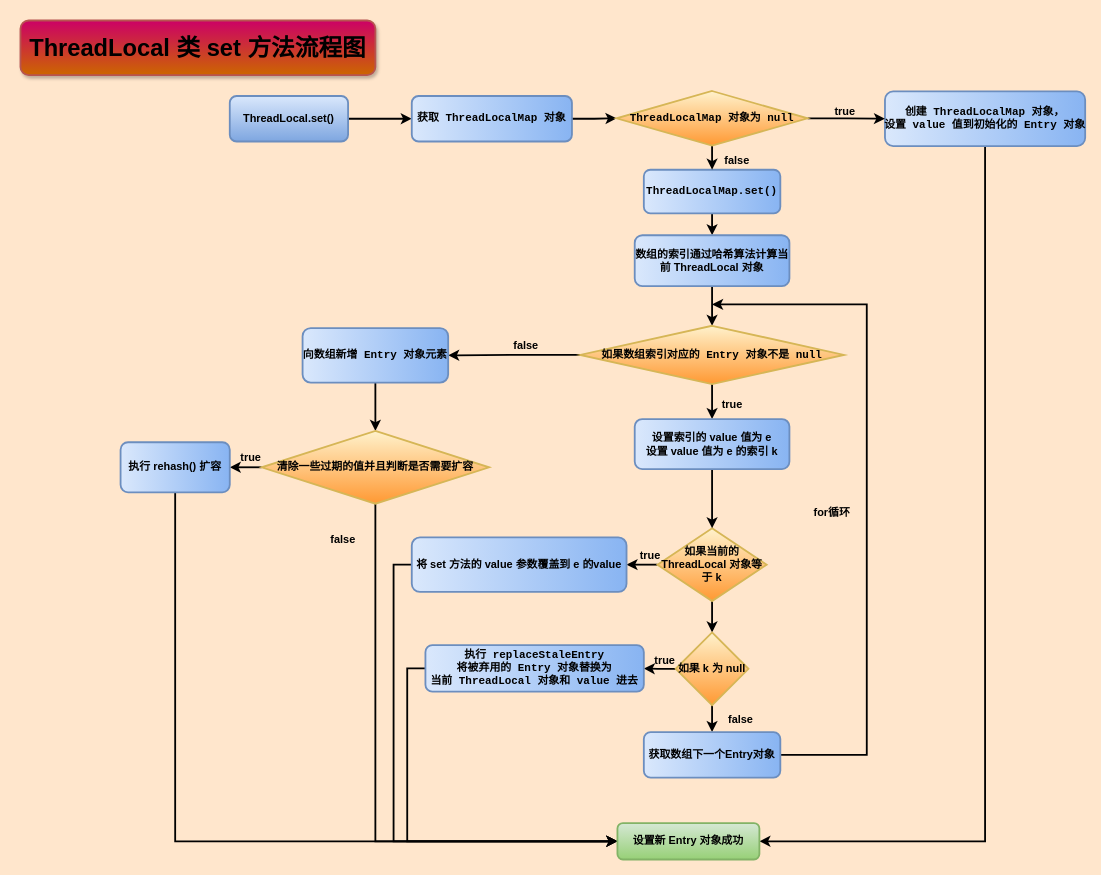
Above: Concurrent/ThreadLocal/ThreadLocal_set-UML.drawio in Muggle666/PicGo (draw.io), before the change. Source tidied: cells renumbered, new cells numbered last; positions are measured from the earlier drawing's top-left corner, leaving out a move shared by most shapes. Both pictures are drawn from the tidied source at 91%, with x=0, y=0 at pixel (20, 20).
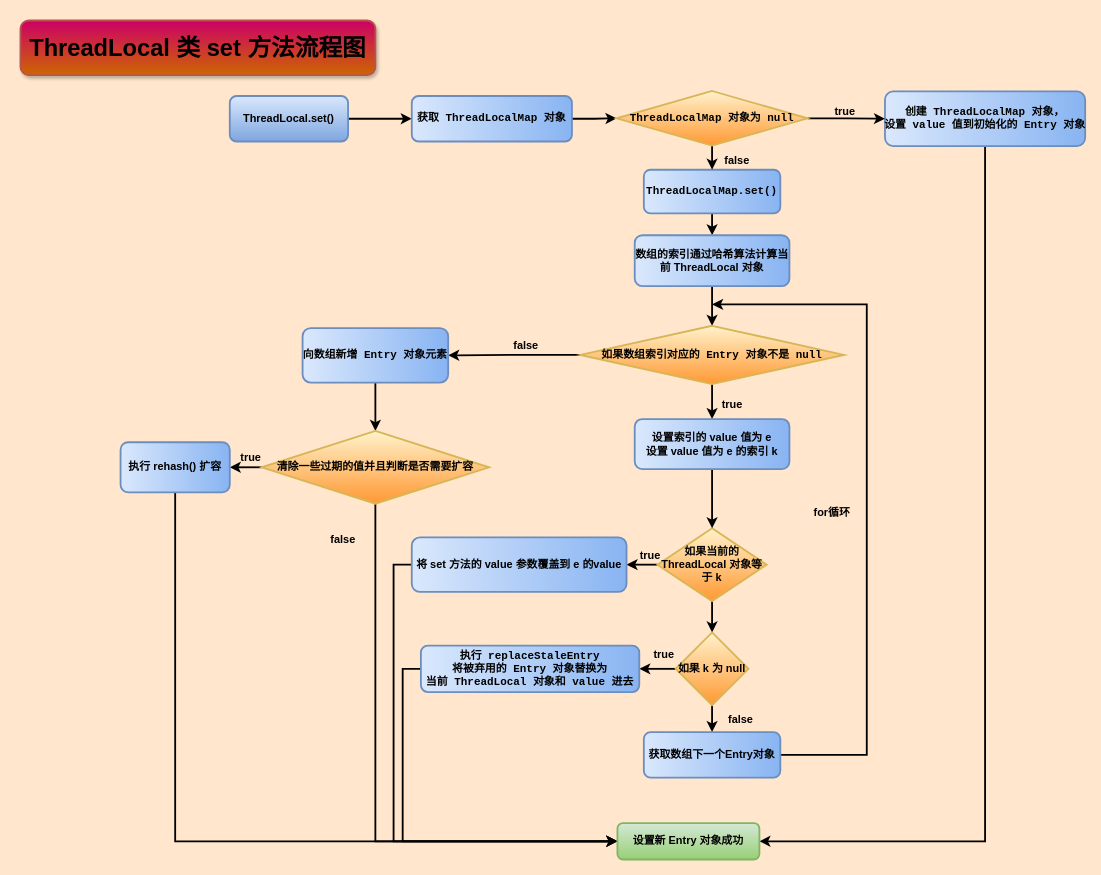
Above is the later version.

The change refers to these unchanged cells:
```xml
<mxCell id="36" value="如果 k 为 null" style="rhombus;whiteSpace=wrap;html=1;fontStyle=1;gradientColor=#FF9933;fillColor=#fff2cc;strokeColor=#d6b656;strokeWidth=2;comic=0;" parent="1" vertex="1">
  <mxGeometry x="720" y="672.5" width="80" height="80" as="geometry" />
</mxCell>
<mxCell id="40" value="获取数组下一个Entry对象" style="rounded=1;whiteSpace=wrap;html=1;fontStyle=1;gradientColor=#88B4F2;fillColor=#dae8fc;strokeColor=#6c8ebf;gradientDirection=east;strokeWidth=2;comic=0;" parent="1" vertex="1">
  <mxGeometry x="685" y="782" width="150" height="50" as="geometry" />
</mxCell>
```

Diff of the diagram source:
```diff
@@
+    <mxCell id="35" style="edgeStyle=orthogonalEdgeStyle;rounded=0;jettySize=auto;html=1;exitX=0.5;exitY=1;exitDx=0;exitDy=0;fontStyle=1;strokeWidth=2;comic=0;" parent="1" edge="1" source="36" target="40">
+      <mxGeometry relative="1" as="geometry" />
+    </mxCell>
-    <mxCell id="34" style="edgeStyle=orthogonalEdgeStyle;rounded=0;jettySize=auto;html=1;exitX=0;exitY=0.5;exitDx=0;exitDy=0;fontStyle=1;strokeWidth=2;comic=0;" parent="1" edge="1" source="36" target="38">
+    <mxCell id="34" style="edgeStyle=orthogonalEdgeStyle;rounded=0;comic=0;jettySize=auto;html=1;exitX=0;exitY=0.5;exitDx=0;exitDy=0;shadow=0;strokeColor=#000000;strokeWidth=2;" parent="1" edge="1" source="36" target="38">
       <mxGeometry relative="1" as="geometry" />
     </mxCell>
-    <mxCell id="35" style="edgeStyle=orthogonalEdgeStyle;rounded=0;jettySize=auto;html=1;exitX=0.5;exitY=1;exitDx=0;exitDy=0;fontStyle=1;strokeWidth=2;comic=0;" parent="1" edge="1" source="36" target="40">
-      <mxGeometry relative="1" as="geometry" />
-    </mxCell>
@@
     <mxCell id="38" value="&lt;pre&gt;&lt;span&gt;执行 replaceStaleEntry&lt;br&gt;&lt;/span&gt;将被弃用的 Entry 对象替换为&lt;br&gt;当前 ThreadLocal 对象和 value 进去&lt;/pre&gt;" style="rounded=1;whiteSpace=wrap;html=1;fontStyle=1;gradientColor=#88B4F2;fillColor=#dae8fc;strokeColor=#6c8ebf;gradientDirection=east;strokeWidth=2;comic=0;" parent="1" vertex="1">
-      <mxGeometry x="445" y="686.5" width="240" height="51" as="geometry" />
+      <mxGeometry x="440" y="687" width="240" height="51" as="geometry" />
     </mxCell>
@@
     <mxCell id="46" value="true" style="text;html=1;align=left;verticalAlign=top;spacingTop=-4;fontStyle=1;strokeWidth=2;comic=0;" parent="1" vertex="1">
-      <mxGeometry x="695" y="694" width="40" height="20" as="geometry" />
+      <mxGeometry x="694" y="687" width="40" height="20" as="geometry" />
     </mxCell>
```
